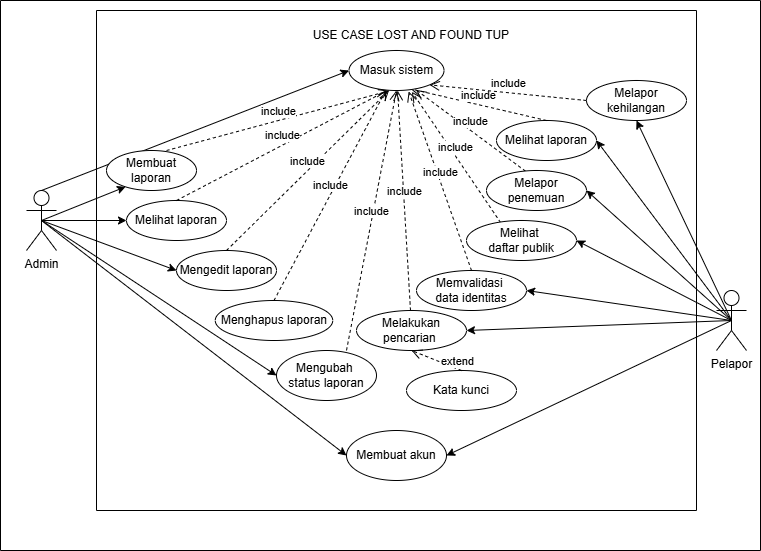
This is public/images/usecase-diagram.png from Hamid165/Lost-Found, a draw.io export, as it was before one commit. Source tidied: cells renumbered, new cells last; positions are measured from the earlier drawing's top-left corner, leaving out a move shared by most shapes. Source of this version:
```xml
<mxGraphModel>
  <root>
    <mxCell id="0" />
    <mxCell id="1" parent="0" />
    <mxCell id="2" style="rounded=0;jettySize=auto;html=1;exitX=0.5;exitY=0;exitDx=0;exitDy=0;exitPerimeter=0;entryX=0;entryY=0.5;entryDx=0;entryDy=0;" parent="1" edge="1" source="8" target="37">
      <mxGeometry relative="1" as="geometry" />
    </mxCell>
    <mxCell id="3" style="rounded=0;jettySize=auto;html=1;exitX=0.5;exitY=0.5;exitDx=0;exitDy=0;exitPerimeter=0;entryX=0;entryY=0.5;entryDx=0;entryDy=0;" parent="1" edge="1" source="8" target="18">
      <mxGeometry relative="1" as="geometry" />
    </mxCell>
    <mxCell id="4" style="rounded=0;jettySize=auto;html=1;exitX=0.5;exitY=0.5;exitDx=0;exitDy=0;exitPerimeter=0;entryX=0;entryY=0.5;entryDx=0;entryDy=0;" parent="1" edge="1" source="8" target="19">
      <mxGeometry relative="1" as="geometry" />
    </mxCell>
    <mxCell id="5" style="rounded=0;jettySize=auto;html=1;exitX=0.5;exitY=0.5;exitDx=0;exitDy=0;exitPerimeter=0;entryX=0;entryY=0.5;entryDx=0;entryDy=0;" parent="1" edge="1" source="8" target="17">
      <mxGeometry relative="1" as="geometry" />
    </mxCell>
    <mxCell id="6" style="rounded=0;jettySize=auto;html=1;exitX=0.5;exitY=0.5;exitDx=0;exitDy=0;exitPerimeter=0;entryX=0.211;entryY=0.908;entryDx=0;entryDy=0;entryPerimeter=0;" parent="1" edge="1" source="8" target="27">
      <mxGeometry relative="1" as="geometry" />
    </mxCell>
    <mxCell id="7" style="rounded=0;jettySize=auto;html=1;exitX=0.5;exitY=0.5;exitDx=0;exitDy=0;exitPerimeter=0;entryX=0;entryY=0.5;entryDx=0;entryDy=0;" parent="1" edge="1" source="8" target="38">
      <mxGeometry relative="1" as="geometry" />
    </mxCell>
    <mxCell id="8" value="Admin" style="shape=umlActor;verticalLabelPosition=bottom;verticalAlign=top;html=1;outlineConnect=0;" parent="1" vertex="1">
      <mxGeometry x="26" y="190" width="30" height="60" as="geometry" />
    </mxCell>
    <mxCell id="9" style="rounded=0;jettySize=auto;html=1;exitX=0.5;exitY=0.5;exitDx=0;exitDy=0;exitPerimeter=0;entryX=1;entryY=0.5;entryDx=0;entryDy=0;" parent="1" edge="1" source="16" target="21">
      <mxGeometry relative="1" as="geometry" />
    </mxCell>
    <mxCell id="10" style="rounded=0;jettySize=auto;html=1;exitX=0.5;exitY=0.5;exitDx=0;exitDy=0;exitPerimeter=0;entryX=1;entryY=0.5;entryDx=0;entryDy=0;" parent="1" edge="1" source="16" target="43">
      <mxGeometry relative="1" as="geometry" />
    </mxCell>
    <mxCell id="11" style="rounded=0;jettySize=auto;html=1;exitX=0.5;exitY=0.5;exitDx=0;exitDy=0;exitPerimeter=0;entryX=1;entryY=0.5;entryDx=0;entryDy=0;" parent="1" edge="1" source="16" target="42">
      <mxGeometry relative="1" as="geometry" />
    </mxCell>
    <mxCell id="12" style="rounded=0;jettySize=auto;html=1;exitX=0.5;exitY=0.5;exitDx=0;exitDy=0;exitPerimeter=0;entryX=1;entryY=0.5;entryDx=0;entryDy=0;" parent="1" edge="1" source="16" target="41">
      <mxGeometry relative="1" as="geometry" />
    </mxCell>
    <mxCell id="13" style="rounded=0;jettySize=auto;html=1;exitX=0.5;exitY=0.5;exitDx=0;exitDy=0;exitPerimeter=0;entryX=1;entryY=0.5;entryDx=0;entryDy=0;" parent="1" edge="1" source="16" target="40">
      <mxGeometry relative="1" as="geometry" />
    </mxCell>
    <mxCell id="14" style="rounded=0;jettySize=auto;html=1;exitX=0.5;exitY=0.5;exitDx=0;exitDy=0;exitPerimeter=0;entryX=0.5;entryY=1;entryDx=0;entryDy=0;" parent="1" edge="1" source="16" target="22">
      <mxGeometry relative="1" as="geometry" />
    </mxCell>
    <mxCell id="15" style="rounded=0;jettySize=auto;html=1;exitX=0.5;exitY=0.5;exitDx=0;exitDy=0;exitPerimeter=0;entryX=1;entryY=0.5;entryDx=0;entryDy=0;" parent="1" edge="1" source="16" target="38">
      <mxGeometry relative="1" as="geometry" />
    </mxCell>
    <mxCell id="16" value="Pelapor" style="shape=umlActor;verticalLabelPosition=bottom;verticalAlign=top;html=1;outlineConnect=0;" parent="1" vertex="1">
      <mxGeometry x="716" y="290" width="30" height="60" as="geometry" />
    </mxCell>
    <mxCell id="17" value="Mengubah&amp;nbsp;&lt;div&gt;status laporan&lt;/div&gt;" style="ellipse;whiteSpace=wrap;html=1;" parent="1" vertex="1">
      <mxGeometry x="276" y="350" width="100" height="50" as="geometry" />
    </mxCell>
    <mxCell id="18" value="Melihat laporan" style="ellipse;whiteSpace=wrap;html=1;" parent="1" vertex="1">
      <mxGeometry x="126" y="200" width="100" height="40" as="geometry" />
    </mxCell>
    <mxCell id="19" value="Mengedit laporan" style="ellipse;whiteSpace=wrap;html=1;" parent="1" vertex="1">
      <mxGeometry x="176" y="250" width="100" height="40" as="geometry" />
    </mxCell>
    <mxCell id="20" value="Menghapus laporan" style="ellipse;whiteSpace=wrap;html=1;" parent="1" vertex="1">
      <mxGeometry x="214.8" y="300" width="117.5" height="40" as="geometry" />
    </mxCell>
    <mxCell id="21" value="Melihat laporan" style="ellipse;whiteSpace=wrap;html=1;" parent="1" vertex="1">
      <mxGeometry x="496" y="120" width="100" height="40" as="geometry" />
    </mxCell>
    <mxCell id="22" value="Melapor kehilangan" style="ellipse;whiteSpace=wrap;html=1;" parent="1" vertex="1">
      <mxGeometry x="586" y="80" width="100" height="40" as="geometry" />
    </mxCell>
    <mxCell id="23" value="include" style="html=1;verticalAlign=bottom;endArrow=open;dashed=1;endSize=8;curved=0;rounded=0;exitX=0.5;exitY=0;exitDx=0;exitDy=0;entryX=0.429;entryY=0.965;entryDx=0;entryDy=0;entryPerimeter=0;" parent="1" edge="1" source="18" target="37">
      <mxGeometry relative="1" as="geometry" />
    </mxCell>
    <mxCell id="24" value="include" style="html=1;verticalAlign=bottom;endArrow=open;dashed=1;endSize=8;curved=0;rounded=0;exitX=0.5;exitY=0;exitDx=0;exitDy=0;entryX=0.421;entryY=1;entryDx=0;entryDy=0;entryPerimeter=0;" parent="1" edge="1" source="19" target="37">
      <mxGeometry relative="1" as="geometry" />
    </mxCell>
    <mxCell id="25" value="include" style="html=1;verticalAlign=bottom;endArrow=open;dashed=1;endSize=8;curved=0;rounded=0;exitX=0.5;exitY=0;exitDx=0;exitDy=0;" parent="1" edge="1" source="20" target="37">
      <mxGeometry relative="1" as="geometry" />
    </mxCell>
    <mxCell id="26" value="include" style="html=1;verticalAlign=bottom;endArrow=open;dashed=1;endSize=8;curved=0;rounded=0;exitX=0.7;exitY=0;exitDx=0;exitDy=0;exitPerimeter=0;entryX=0.5;entryY=1;entryDx=0;entryDy=0;" parent="1" edge="1" source="17" target="37">
      <mxGeometry relative="1" as="geometry" />
    </mxCell>
    <mxCell id="27" value="Membuat laporan" style="ellipse;whiteSpace=wrap;html=1;" parent="1" vertex="1">
      <mxGeometry x="106" y="150" width="90" height="40" as="geometry" />
    </mxCell>
    <mxCell id="28" value="include" style="html=1;verticalAlign=bottom;endArrow=open;dashed=1;endSize=8;curved=0;rounded=0;exitX=0.667;exitY=0;exitDx=0;exitDy=0;entryX=0.418;entryY=1.012;entryDx=0;entryDy=0;entryPerimeter=0;exitPerimeter=0;" parent="1" edge="1" source="27" target="37">
      <mxGeometry relative="1" as="geometry" />
    </mxCell>
    <mxCell id="29" value="include" style="html=1;verticalAlign=bottom;endArrow=open;dashed=1;endSize=8;curved=0;rounded=0;exitX=0.5;exitY=0;exitDx=0;exitDy=0;entryX=0.628;entryY=1.024;entryDx=0;entryDy=0;entryPerimeter=0;" parent="1" edge="1" source="40" target="37">
      <mxGeometry relative="1" as="geometry" />
    </mxCell>
    <mxCell id="30" value="include" style="html=1;verticalAlign=bottom;endArrow=open;dashed=1;endSize=8;curved=0;rounded=0;" parent="1" edge="1" source="41" target="37">
      <mxGeometry relative="1" as="geometry" />
    </mxCell>
    <mxCell id="31" value="include" style="html=1;verticalAlign=bottom;endArrow=open;dashed=1;endSize=8;curved=0;rounded=0;exitX=0.311;exitY=0.056;exitDx=0;exitDy=0;exitPerimeter=0;entryX=0.662;entryY=1.032;entryDx=0;entryDy=0;entryPerimeter=0;" parent="1" edge="1" source="42" target="37">
      <mxGeometry relative="1" as="geometry" />
    </mxCell>
    <mxCell id="32" value="include" style="html=1;verticalAlign=bottom;endArrow=open;dashed=1;endSize=8;curved=0;rounded=0;exitX=0.39;exitY=0.017;exitDx=0;exitDy=0;exitPerimeter=0;entryX=0.705;entryY=0.983;entryDx=0;entryDy=0;entryPerimeter=0;" parent="1" edge="1" source="43" target="37">
      <mxGeometry relative="1" as="geometry" />
    </mxCell>
    <mxCell id="33" value="include" style="html=1;verticalAlign=bottom;endArrow=open;dashed=1;endSize=8;curved=0;rounded=0;exitX=0.5;exitY=0;exitDx=0;exitDy=0;entryX=0.648;entryY=0.96;entryDx=0;entryDy=0;entryPerimeter=0;" parent="1" edge="1" source="21" target="37">
      <mxGeometry relative="1" as="geometry" />
    </mxCell>
    <mxCell id="34" value="include" style="html=1;verticalAlign=bottom;endArrow=open;dashed=1;endSize=8;curved=0;rounded=0;exitX=0;exitY=0.5;exitDx=0;exitDy=0;entryX=1;entryY=1;entryDx=0;entryDy=0;" parent="1" edge="1" source="22" target="37">
      <mxGeometry relative="1" as="geometry" />
    </mxCell>
    <mxCell id="35" style="swimlane;startSize=0;" parent="1" vertex="1">
      <mxGeometry x="96" y="10" width="600" height="500" as="geometry" />
    </mxCell>
    <mxCell id="36" value="USE CASE LOST AND FOUND TUP" style="text;html=1;whiteSpace=wrap;strokeColor=none;fillColor=none;align=center;verticalAlign=middle;rounded=0;" parent="35" vertex="1">
      <mxGeometry x="190" y="10" width="250" height="30" as="geometry" />
    </mxCell>
    <mxCell id="37" value="Masuk sistem" style="ellipse;whiteSpace=wrap;html=1;" parent="35" vertex="1">
      <mxGeometry x="252.5" y="40" width="95" height="40" as="geometry" />
    </mxCell>
    <mxCell id="38" value="Membuat akun" style="ellipse;whiteSpace=wrap;html=1;" parent="35" vertex="1">
      <mxGeometry x="250" y="420" width="100" height="50" as="geometry" />
    </mxCell>
    <mxCell id="39" style="swimlane;startSize=0;" parent="1" vertex="1">
      <mxGeometry width="760" height="550" as="geometry" />
    </mxCell>
    <mxCell id="40" value="Memvalidasi&amp;nbsp;&lt;div&gt;data identitas&lt;/div&gt;" style="ellipse;whiteSpace=wrap;html=1;" parent="39" vertex="1">
      <mxGeometry x="416" y="270" width="110" height="40" as="geometry" />
    </mxCell>
    <mxCell id="41" value="Melakukan pencarian&amp;nbsp;" style="ellipse;whiteSpace=wrap;html=1;" parent="39" vertex="1">
      <mxGeometry x="356" y="310" width="110" height="40" as="geometry" />
    </mxCell>
    <mxCell id="42" value="Melihat&amp;nbsp;&lt;div&gt;daftar publik&lt;/div&gt;" style="ellipse;whiteSpace=wrap;html=1;" parent="39" vertex="1">
      <mxGeometry x="466" y="220" width="110" height="40" as="geometry" />
    </mxCell>
    <mxCell id="43" value="Melapor penemuan" style="ellipse;whiteSpace=wrap;html=1;" parent="39" vertex="1">
      <mxGeometry x="486" y="170" width="100" height="40" as="geometry" />
    </mxCell>
    <mxCell id="44" value="Kata kunci" style="ellipse;whiteSpace=wrap;html=1;" parent="39" vertex="1">
      <mxGeometry x="406" y="370" width="110" height="40" as="geometry" />
    </mxCell>
    <mxCell id="45" value="extend" style="html=1;verticalAlign=bottom;endArrow=open;dashed=1;endSize=8;curved=0;rounded=0;exitX=0.5;exitY=0;exitDx=0;exitDy=0;entryX=0.5;entryY=1;entryDx=0;entryDy=0;" parent="39" edge="1" source="44" target="41">
      <mxGeometry x="-0.83" y="2" relative="1" as="geometry" />
    </mxCell>
  </root>
</mxGraphModel>
```
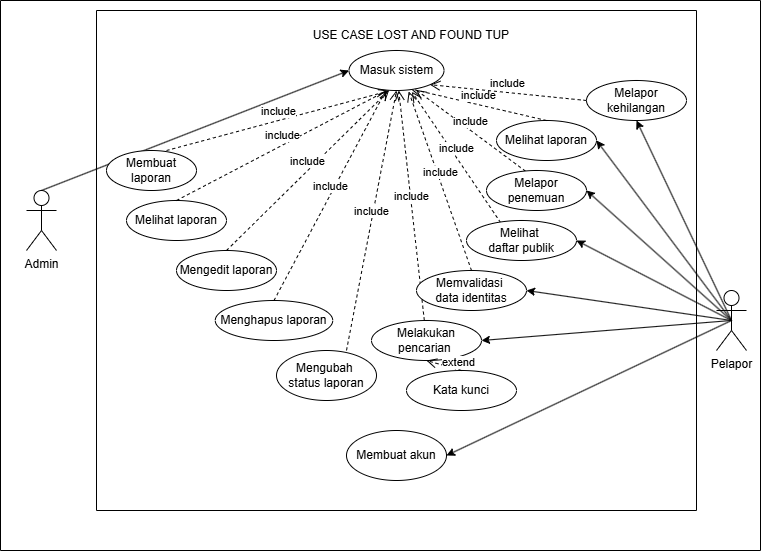
After the commit.

Diff of the diagram source:
```diff
@@ -5,21 +5,6 @@
     <mxCell id="2" style="rounded=0;jettySize=auto;html=1;exitX=0.5;exitY=0;exitDx=0;exitDy=0;exitPerimeter=0;entryX=0;entryY=0.5;entryDx=0;entryDy=0;" parent="1" edge="1" source="8" target="37">
       <mxGeometry relative="1" as="geometry" />
     </mxCell>
-    <mxCell id="3" style="rounded=0;jettySize=auto;html=1;exitX=0.5;exitY=0.5;exitDx=0;exitDy=0;exitPerimeter=0;entryX=0;entryY=0.5;entryDx=0;entryDy=0;" parent="1" edge="1" source="8" target="18">
-      <mxGeometry relative="1" as="geometry" />
-    </mxCell>
-    <mxCell id="4" style="rounded=0;jettySize=auto;html=1;exitX=0.5;exitY=0.5;exitDx=0;exitDy=0;exitPerimeter=0;entryX=0;entryY=0.5;entryDx=0;entryDy=0;" parent="1" edge="1" source="8" target="19">
-      <mxGeometry relative="1" as="geometry" />
-    </mxCell>
-    <mxCell id="5" style="rounded=0;jettySize=auto;html=1;exitX=0.5;exitY=0.5;exitDx=0;exitDy=0;exitPerimeter=0;entryX=0;entryY=0.5;entryDx=0;entryDy=0;" parent="1" edge="1" source="8" target="17">
-      <mxGeometry relative="1" as="geometry" />
-    </mxCell>
-    <mxCell id="6" style="rounded=0;jettySize=auto;html=1;exitX=0.5;exitY=0.5;exitDx=0;exitDy=0;exitPerimeter=0;entryX=0.211;entryY=0.908;entryDx=0;entryDy=0;entryPerimeter=0;" parent="1" edge="1" source="8" target="27">
-      <mxGeometry relative="1" as="geometry" />
-    </mxCell>
-    <mxCell id="7" style="rounded=0;jettySize=auto;html=1;exitX=0.5;exitY=0.5;exitDx=0;exitDy=0;exitPerimeter=0;entryX=0;entryY=0.5;entryDx=0;entryDy=0;" parent="1" edge="1" source="8" target="38">
-      <mxGeometry relative="1" as="geometry" />
-    </mxCell>
     <mxCell id="8" value="Admin" style="shape=umlActor;verticalLabelPosition=bottom;verticalAlign=top;html=1;outlineConnect=0;" parent="1" vertex="1">
       <mxGeometry x="26" y="190" width="30" height="60" as="geometry" />
     </mxCell>
@@ -120,7 +105,7 @@
       <mxGeometry x="416" y="270" width="110" height="40" as="geometry" />
     </mxCell>
     <mxCell id="41" value="Melakukan pencarian&amp;nbsp;" style="ellipse;whiteSpace=wrap;html=1;" parent="39" vertex="1">
-      <mxGeometry x="356" y="310" width="110" height="40" as="geometry" />
+      <mxGeometry x="371" y="320" width="110" height="40" as="geometry" />
     </mxCell>
     <mxCell id="42" value="Melihat&amp;nbsp;&lt;div&gt;daftar publik&lt;/div&gt;" style="ellipse;whiteSpace=wrap;html=1;" parent="39" vertex="1">
       <mxGeometry x="466" y="220" width="110" height="40" as="geometry" />
```
